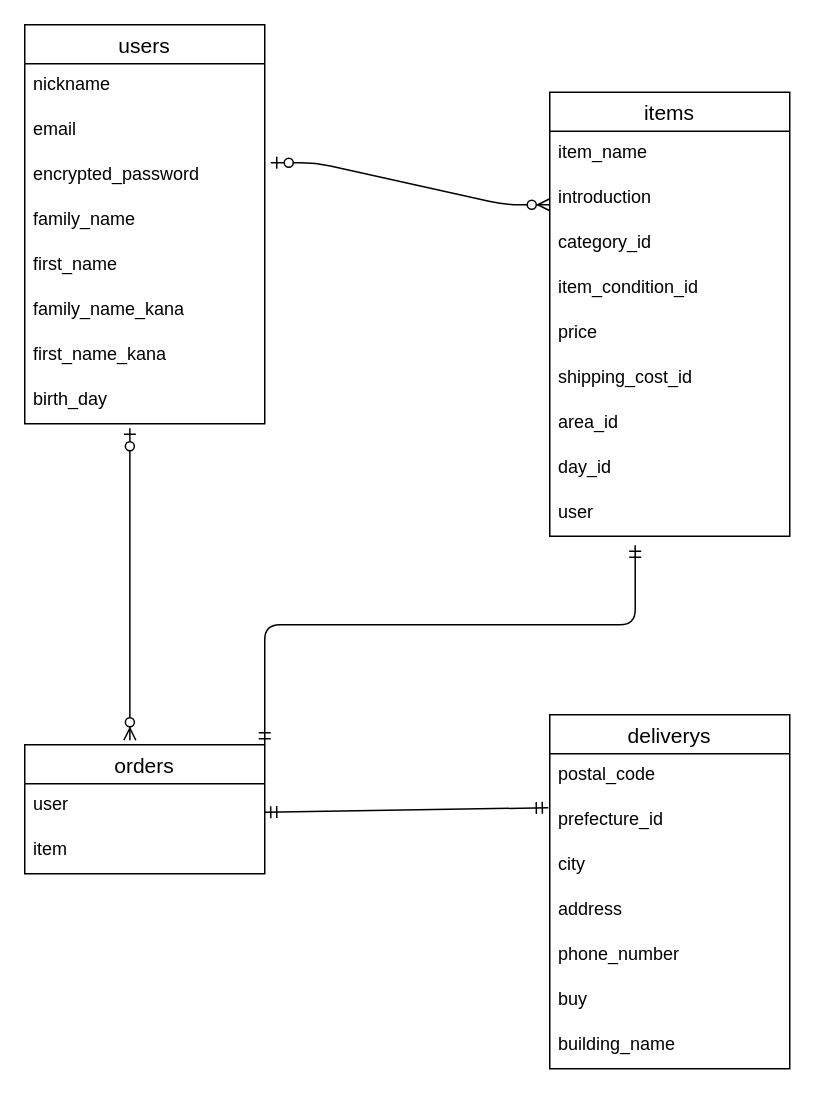
The draw.io diagram furima.dio in syousyuukoriki/furima-31167, before the edit. Source tidied: cells renumbered, new cells numbered last; positions are measured from the earlier drawing's top-left corner, leaving out a move shared by most shapes. Both pictures are drawn from the tidied source at 150%, with x=0, y=0 at pixel (24, 24).
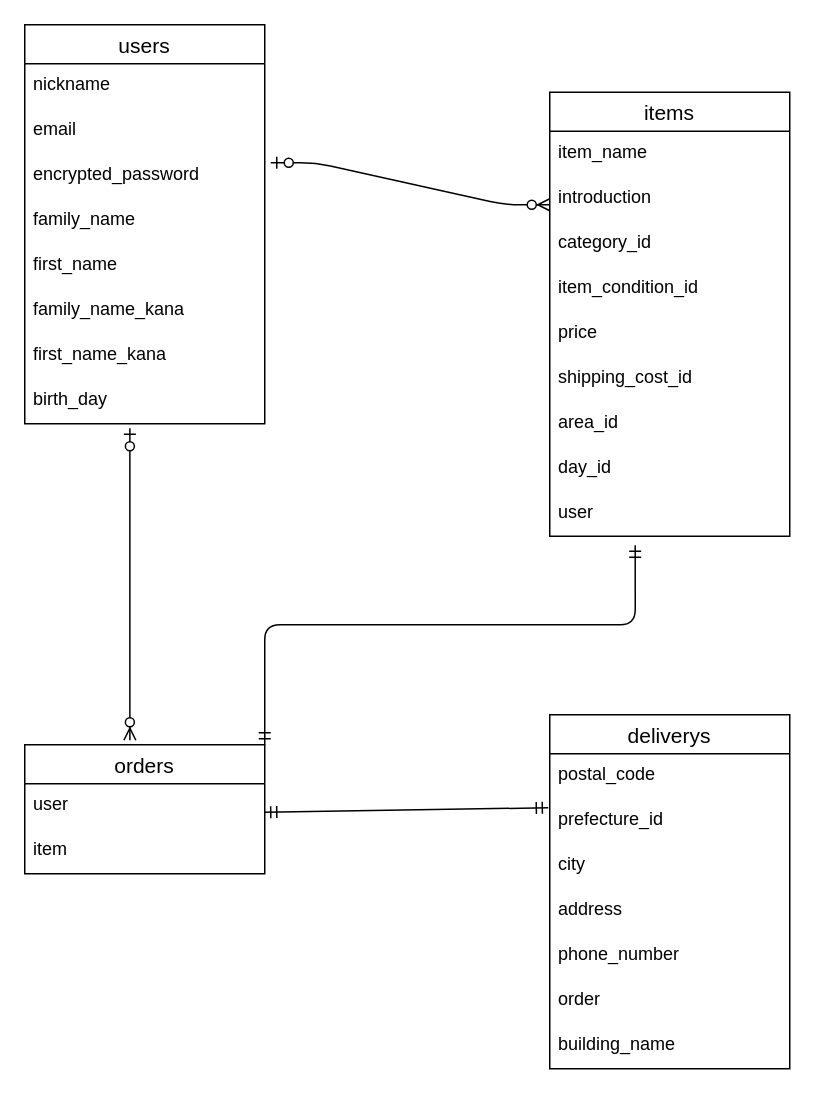
After the change.

Unchanged cells that the change refers to:
```xml
<mxCell id="22" value="deliverys" style="swimlane;fontStyle=0;horizontal=1;startSize=26;align=center;fontSize=14;" parent="1" vertex="1">
  <mxGeometry x="350" y="460" width="160" height="236" as="geometry" />
</mxCell>
```

Diff of the diagram source:
```diff
@@
-    <mxCell id="28" value="buy" style="text;strokeColor=none;fillColor=none;spacingLeft=4;spacingRight=4;overflow=hidden;fontSize=12;" parent="22" vertex="1">
+    <mxCell id="28" value="order" style="text;strokeColor=none;fillColor=none;spacingLeft=4;spacingRight=4;overflow=hidden;fontSize=12;" parent="22" vertex="1">
       <mxGeometry y="176" width="160" height="30" as="geometry" />
     </mxCell>
```
